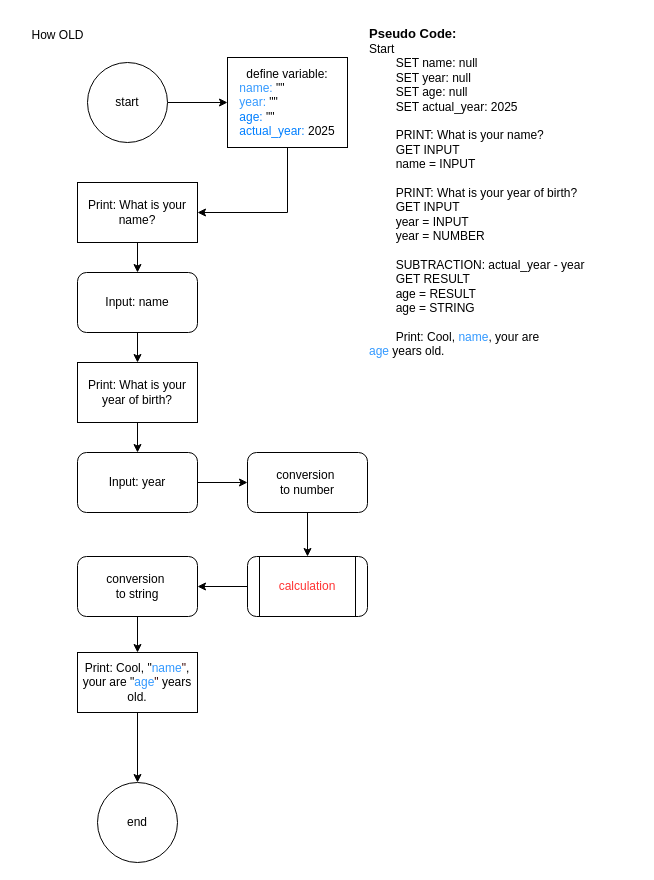
This is DOCX/Day 3/How_Old.drawio from HlushenkoVitalii/Python, a draw.io file, before an edit. Source tidied: cells renumbered, new cells numbered last; positions are measured from the earlier drawing's top-left corner, leaving out a move shared by most shapes. Both pictures are drawn from the tidied source at 100%, with x=0, y=0 at pixel (17, 20).
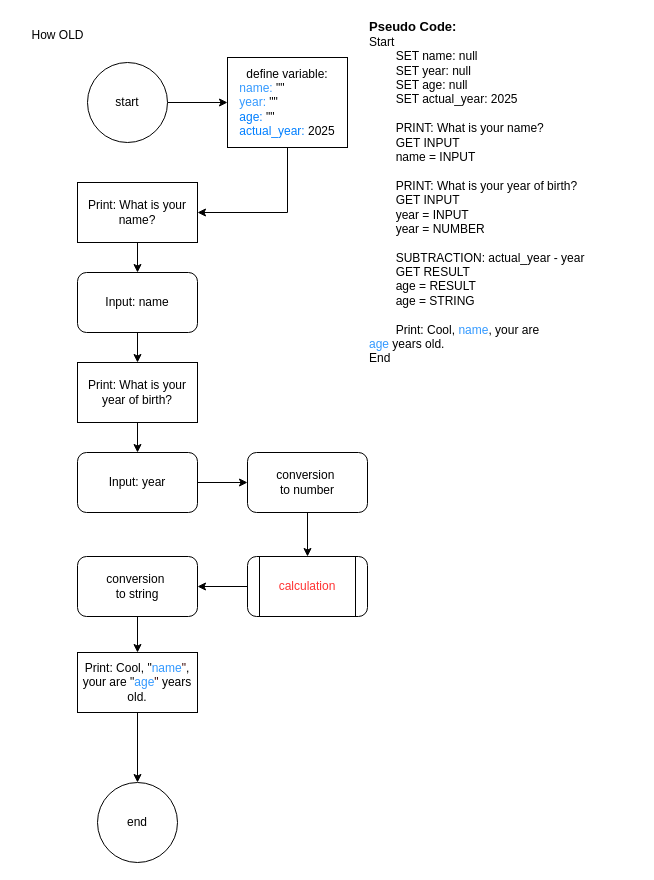
The same page after the edit.

Diff of the diagram source:
```diff
@@
-    <mxCell id="20" value="&lt;b&gt;&lt;font style=&quot;font-size: 13px;&quot;&gt;Pseudo Code:&lt;/font&gt;&lt;/b&gt;&lt;div&gt;Start&lt;/div&gt;&lt;div&gt;&lt;span style=&quot;white-space: pre;&quot;&gt;&#9;&lt;/span&gt;SET name: null&lt;br&gt;&lt;/div&gt;&lt;div&gt;&lt;span style=&quot;white-space: pre;&quot;&gt;&#9;&lt;/span&gt;SET year: null&lt;br&gt;&lt;/div&gt;&lt;div&gt;&lt;span style=&quot;white-space: pre;&quot;&gt;&#9;&lt;/span&gt;SET age: null&lt;br&gt;&lt;/div&gt;&lt;div&gt;&lt;span style=&quot;white-space: pre;&quot;&gt;&#9;&lt;/span&gt;SET actual_year: 2025&lt;br&gt;&lt;/div&gt;&lt;div&gt;&lt;br&gt;&lt;/div&gt;&lt;div&gt;&lt;span style=&quot;white-space: pre;&quot;&gt;&#9;&lt;/span&gt;PRINT:&amp;nbsp;&lt;span style=&quot;text-align: center; text-wrap-mode: wrap; background-color: transparent; color: light-dark(rgb(0, 0, 0), rgb(255, 255, 255));&quot;&gt;What is your name?&lt;/span&gt;&lt;br&gt;&lt;/div&gt;&lt;div&gt;&lt;span style=&quot;text-align: center; text-wrap-mode: wrap; background-color: transparent; color: light-dark(rgb(0, 0, 0), rgb(255, 255, 255));&quot;&gt;&lt;span style=&quot;white-space: pre;&quot;&gt;&#9;&lt;/span&gt;GET INPUT&lt;br&gt;&lt;/span&gt;&lt;/div&gt;&lt;div&gt;&lt;span style=&quot;text-align: center; text-wrap-mode: wrap; background-color: transparent; color: light-dark(rgb(0, 0, 0), rgb(255, 255, 255));&quot;&gt;&lt;span style=&quot;white-space: pre;&quot;&gt;&#9;&lt;/span&gt;name = INPUT&lt;br&gt;&lt;/span&gt;&lt;/div&gt;&lt;div&gt;&lt;span style=&quot;text-align: center; text-wrap-mode: wrap; background-color: transparent; color: light-dark(rgb(0, 0, 0), rgb(255, 255, 255));&quot;&gt;&lt;span style=&quot;white-space: pre;&quot;&gt;&#9;&lt;/span&gt;&lt;br&gt;&lt;/span&gt;&lt;span style=&quot;background-color: transparent; color: light-dark(rgb(0, 0, 0), rgb(255, 255, 255));&quot;&gt;&lt;span style=&quot;white-space: pre;&quot;&gt;&#9;&lt;/span&gt;PRINT:&amp;nbsp;&lt;/span&gt;&lt;span style=&quot;text-align: center; text-wrap-mode: wrap; background-color: transparent; color: light-dark(rgb(0, 0, 0), rgb(255, 255, 255));&quot;&gt;What is your year of birth?&lt;/span&gt;&lt;/div&gt;&lt;div&gt;&lt;span style=&quot;text-align: center; text-wrap-mode: wrap; background-color: transparent; color: light-dark(rgb(0, 0, 0), rgb(255, 255, 255));&quot;&gt;&lt;span style=&quot;white-space: pre;&quot;&gt;&#9;&lt;/span&gt;GET INPUT&lt;br&gt;&lt;/span&gt;&lt;/div&gt;&lt;div&gt;&lt;span style=&quot;text-align: center; text-wrap-mode: wrap; background-color: transparent; color: light-dark(rgb(0, 0, 0), rgb(255, 255, 255));&quot;&gt;&lt;span style=&quot;white-space: pre;&quot;&gt;&#9;&lt;/span&gt;year = INPUT&lt;/span&gt;&lt;/div&gt;&lt;div&gt;&lt;span style=&quot;text-align: center; text-wrap-mode: wrap; background-color: transparent; color: light-dark(rgb(0, 0, 0), rgb(255, 255, 255));&quot;&gt;&lt;span style=&quot;white-space: pre;&quot;&gt;&#9;&lt;/span&gt;year = NUMBER&lt;br&gt;&lt;/span&gt;&lt;/div&gt;&lt;div&gt;&lt;span style=&quot;text-align: center; text-wrap-mode: wrap; background-color: transparent; color: light-dark(rgb(0, 0, 0), rgb(255, 255, 255));&quot;&gt;&lt;br&gt;&lt;/span&gt;&lt;/div&gt;&lt;div&gt;&lt;span style=&quot;text-align: center; text-wrap-mode: wrap; background-color: transparent; color: light-dark(rgb(0, 0, 0), rgb(255, 255, 255));&quot;&gt;&lt;span style=&quot;white-space: pre;&quot;&gt;&#9;&lt;/span&gt;SUBTRACTION:&amp;nbsp;&lt;/span&gt;&lt;span style=&quot;background-color: transparent; color: light-dark(rgb(0, 0, 0), rgb(255, 255, 255));&quot;&gt;actual_year -&amp;nbsp;&lt;/span&gt;&lt;span style=&quot;background-color: transparent; color: light-dark(rgb(0, 0, 0), rgb(255, 255, 255));&quot;&gt;year&lt;/span&gt;&lt;span style=&quot;text-align: center; text-wrap-mode: wrap; background-color: transparent; color: light-dark(rgb(0, 0, 0), rgb(255, 255, 255));&quot;&gt;&lt;br&gt;&lt;/span&gt;&lt;/div&gt;&lt;div&gt;&lt;span style=&quot;text-align: center; text-wrap-mode: wrap; background-color: transparent; color: light-dark(rgb(0, 0, 0), rgb(255, 255, 255));&quot;&gt;&lt;span style=&quot;white-space: pre;&quot;&gt;&#9;&lt;/span&gt;GET RESULT&lt;br&gt;&lt;/span&gt;&lt;/div&gt;&lt;div&gt;&lt;span style=&quot;text-align: center; text-wrap-mode: wrap; background-color: transparent; color: light-dark(rgb(0, 0, 0), rgb(255, 255, 255));&quot;&gt;&lt;span style=&quot;white-space: pre;&quot;&gt;&#9;&lt;/span&gt;age =&amp;nbsp;&lt;/span&gt;&lt;span style=&quot;text-align: center; text-wrap-mode: wrap; background-color: transparent; color: light-dark(rgb(0, 0, 0), rgb(255, 255, 255));&quot;&gt;RESULT&lt;/span&gt;&lt;/div&gt;&lt;div&gt;&lt;span style=&quot;text-align: center; text-wrap-mode: wrap; background-color: transparent; color: light-dark(rgb(0, 0, 0), rgb(255, 255, 255));&quot;&gt;&lt;span style=&quot;white-space: pre;&quot;&gt;&#9;&lt;/span&gt;age = STRING&lt;br&gt;&lt;/span&gt;&lt;/div&gt;&lt;div&gt;&lt;span style=&quot;background-color: transparent; color: light-dark(rgb(0, 0, 0), rgb(255, 255, 255)); text-align: center; white-space-collapse: preserve;&quot;&gt;&#9;&lt;/span&gt;&lt;span style=&quot;text-align: center; text-wrap-mode: wrap; background-color: transparent; color: light-dark(rgb(0, 0, 0), rgb(255, 255, 255));&quot;&gt;&lt;br&gt;&lt;/span&gt;&lt;/div&gt;&lt;div&gt;&lt;/div&gt;&lt;div&gt;&lt;span style=&quot;background-color: transparent; color: light-dark(rgb(0, 0, 0), rgb(255, 255, 255)); text-wrap-mode: wrap; text-align: center;&quot;&gt;&lt;span style=&quot;white-space: pre;&quot;&gt;&#9;&lt;/span&gt;Print: Cool, &lt;/span&gt;&lt;span style=&quot;background-color: transparent; text-wrap-mode: wrap; color: rgb(51, 153, 255);&quot;&gt;name&lt;/span&gt;&lt;span style=&quot;background-color: transparent; color: light-dark(rgb(0, 0, 0), rgb(255, 255, 255)); text-wrap-mode: wrap; text-align: center;&quot;&gt;, your are &lt;/span&gt;&lt;span style=&quot;background-color: transparent; text-wrap-mode: wrap; text-align: center; color: rgb(51, 153, 255);&quot;&gt;age&lt;/span&gt;&lt;span style=&quot;background-color: transparent; color: light-dark(rgb(0, 0, 0), rgb(255, 255, 255)); text-wrap-mode: wrap; text-align: center;&quot;&gt;&amp;nbsp;years old.&lt;/span&gt;&lt;/div&gt;" style="text;html=1;align=left;verticalAlign=middle;strokeColor=none;fillColor=none;" parent="1" vertex="1">
-      <mxGeometry x="350" y="7" width="270" height="330" as="geometry" />
+    <mxCell id="20" value="&lt;b&gt;&lt;font style=&quot;font-size: 13px;&quot;&gt;Pseudo Code:&lt;/font&gt;&lt;/b&gt;&lt;div&gt;Start&lt;/div&gt;&lt;div&gt;&lt;span style=&quot;white-space: pre;&quot;&gt;&#9;&lt;/span&gt;SET name: null&lt;br&gt;&lt;/div&gt;&lt;div&gt;&lt;span style=&quot;white-space: pre;&quot;&gt;&#9;&lt;/span&gt;SET year: null&lt;br&gt;&lt;/div&gt;&lt;div&gt;&lt;span style=&quot;white-space: pre;&quot;&gt;&#9;&lt;/span&gt;SET age: null&lt;br&gt;&lt;/div&gt;&lt;div&gt;&lt;span style=&quot;white-space: pre;&quot;&gt;&#9;&lt;/span&gt;SET actual_year: 2025&lt;br&gt;&lt;/div&gt;&lt;div&gt;&lt;br&gt;&lt;/div&gt;&lt;div&gt;&lt;span style=&quot;white-space: pre;&quot;&gt;&#9;&lt;/span&gt;PRINT:&amp;nbsp;&lt;span style=&quot;text-align: center; text-wrap-mode: wrap; background-color: transparent; color: light-dark(rgb(0, 0, 0), rgb(255, 255, 255));&quot;&gt;What is your name?&lt;/span&gt;&lt;br&gt;&lt;/div&gt;&lt;div&gt;&lt;span style=&quot;text-align: center; text-wrap-mode: wrap; background-color: transparent; color: light-dark(rgb(0, 0, 0), rgb(255, 255, 255));&quot;&gt;&lt;span style=&quot;white-space: pre;&quot;&gt;&#9;&lt;/span&gt;GET INPUT&lt;br&gt;&lt;/span&gt;&lt;/div&gt;&lt;div&gt;&lt;span style=&quot;text-align: center; text-wrap-mode: wrap; background-color: transparent; color: light-dark(rgb(0, 0, 0), rgb(255, 255, 255));&quot;&gt;&lt;span style=&quot;white-space: pre;&quot;&gt;&#9;&lt;/span&gt;name = INPUT&lt;br&gt;&lt;/span&gt;&lt;/div&gt;&lt;div&gt;&lt;span style=&quot;text-align: center; text-wrap-mode: wrap; background-color: transparent; color: light-dark(rgb(0, 0, 0), rgb(255, 255, 255));&quot;&gt;&lt;span style=&quot;white-space: pre;&quot;&gt;&#9;&lt;/span&gt;&lt;br&gt;&lt;/span&gt;&lt;span style=&quot;background-color: transparent; color: light-dark(rgb(0, 0, 0), rgb(255, 255, 255));&quot;&gt;&lt;span style=&quot;white-space: pre;&quot;&gt;&#9;&lt;/span&gt;PRINT:&amp;nbsp;&lt;/span&gt;&lt;span style=&quot;text-align: center; text-wrap-mode: wrap; background-color: transparent; color: light-dark(rgb(0, 0, 0), rgb(255, 255, 255));&quot;&gt;What is your year of birth?&lt;/span&gt;&lt;/div&gt;&lt;div&gt;&lt;span style=&quot;text-align: center; text-wrap-mode: wrap; background-color: transparent; color: light-dark(rgb(0, 0, 0), rgb(255, 255, 255));&quot;&gt;&lt;span style=&quot;white-space: pre;&quot;&gt;&#9;&lt;/span&gt;GET INPUT&lt;br&gt;&lt;/span&gt;&lt;/div&gt;&lt;div&gt;&lt;span style=&quot;text-align: center; text-wrap-mode: wrap; background-color: transparent; color: light-dark(rgb(0, 0, 0), rgb(255, 255, 255));&quot;&gt;&lt;span style=&quot;white-space: pre;&quot;&gt;&#9;&lt;/span&gt;year = INPUT&lt;/span&gt;&lt;/div&gt;&lt;div&gt;&lt;span style=&quot;text-align: center; text-wrap-mode: wrap; background-color: transparent; color: light-dark(rgb(0, 0, 0), rgb(255, 255, 255));&quot;&gt;&lt;span style=&quot;white-space: pre;&quot;&gt;&#9;&lt;/span&gt;year = NUMBER&lt;br&gt;&lt;/span&gt;&lt;/div&gt;&lt;div&gt;&lt;span style=&quot;text-align: center; text-wrap-mode: wrap; background-color: transparent; color: light-dark(rgb(0, 0, 0), rgb(255, 255, 255));&quot;&gt;&lt;br&gt;&lt;/span&gt;&lt;/div&gt;&lt;div&gt;&lt;span style=&quot;text-align: center; text-wrap-mode: wrap; background-color: transparent; color: light-dark(rgb(0, 0, 0), rgb(255, 255, 255));&quot;&gt;&lt;span style=&quot;white-space: pre;&quot;&gt;&#9;&lt;/span&gt;SUBTRACTION:&amp;nbsp;&lt;/span&gt;&lt;span style=&quot;background-color: transparent; color: light-dark(rgb(0, 0, 0), rgb(255, 255, 255));&quot;&gt;actual_year -&amp;nbsp;&lt;/span&gt;&lt;span style=&quot;background-color: transparent; color: light-dark(rgb(0, 0, 0), rgb(255, 255, 255));&quot;&gt;year&lt;/span&gt;&lt;span style=&quot;text-align: center; text-wrap-mode: wrap; background-color: transparent; color: light-dark(rgb(0, 0, 0), rgb(255, 255, 255));&quot;&gt;&lt;br&gt;&lt;/span&gt;&lt;/div&gt;&lt;div&gt;&lt;span style=&quot;text-align: center; text-wrap-mode: wrap; background-color: transparent; color: light-dark(rgb(0, 0, 0), rgb(255, 255, 255));&quot;&gt;&lt;span style=&quot;white-space: pre;&quot;&gt;&#9;&lt;/span&gt;GET RESULT&lt;br&gt;&lt;/span&gt;&lt;/div&gt;&lt;div&gt;&lt;span style=&quot;text-align: center; text-wrap-mode: wrap; background-color: transparent; color: light-dark(rgb(0, 0, 0), rgb(255, 255, 255));&quot;&gt;&lt;span style=&quot;white-space: pre;&quot;&gt;&#9;&lt;/span&gt;age =&amp;nbsp;&lt;/span&gt;&lt;span style=&quot;text-align: center; text-wrap-mode: wrap; background-color: transparent; color: light-dark(rgb(0, 0, 0), rgb(255, 255, 255));&quot;&gt;RESULT&lt;/span&gt;&lt;/div&gt;&lt;div&gt;&lt;span style=&quot;text-align: center; text-wrap-mode: wrap; background-color: transparent; color: light-dark(rgb(0, 0, 0), rgb(255, 255, 255));&quot;&gt;&lt;span style=&quot;white-space: pre;&quot;&gt;&#9;&lt;/span&gt;age = STRING&lt;br&gt;&lt;/span&gt;&lt;/div&gt;&lt;div&gt;&lt;span style=&quot;background-color: transparent; color: light-dark(rgb(0, 0, 0), rgb(255, 255, 255)); text-align: center; white-space-collapse: preserve;&quot;&gt;&#9;&lt;/span&gt;&lt;span style=&quot;text-align: center; text-wrap-mode: wrap; background-color: transparent; color: light-dark(rgb(0, 0, 0), rgb(255, 255, 255));&quot;&gt;&lt;br&gt;&lt;/span&gt;&lt;/div&gt;&lt;div&gt;&lt;/div&gt;&lt;div&gt;&lt;span style=&quot;background-color: transparent; color: light-dark(rgb(0, 0, 0), rgb(255, 255, 255)); text-wrap-mode: wrap; text-align: center;&quot;&gt;&lt;span style=&quot;white-space: pre;&quot;&gt;&#9;&lt;/span&gt;Print: Cool, &lt;/span&gt;&lt;span style=&quot;background-color: transparent; text-wrap-mode: wrap; color: rgb(51, 153, 255);&quot;&gt;name&lt;/span&gt;&lt;span style=&quot;background-color: transparent; color: light-dark(rgb(0, 0, 0), rgb(255, 255, 255)); text-wrap-mode: wrap; text-align: center;&quot;&gt;, your are &lt;/span&gt;&lt;span style=&quot;background-color: transparent; text-wrap-mode: wrap; text-align: center; color: rgb(51, 153, 255);&quot;&gt;age&lt;/span&gt;&lt;span style=&quot;background-color: transparent; color: light-dark(rgb(0, 0, 0), rgb(255, 255, 255)); text-wrap-mode: wrap; text-align: center;&quot;&gt;&amp;nbsp;years old.&lt;/span&gt;&lt;/div&gt;&lt;div&gt;&lt;span style=&quot;background-color: transparent; color: light-dark(rgb(0, 0, 0), rgb(255, 255, 255)); text-wrap-mode: wrap; text-align: center;&quot;&gt;End&lt;/span&gt;&lt;/div&gt;" style="text;html=1;align=left;verticalAlign=middle;strokeColor=none;fillColor=none;" parent="1" vertex="1">
+      <mxGeometry x="350" y="-3" width="270" height="350" as="geometry" />
     </mxCell>
```
